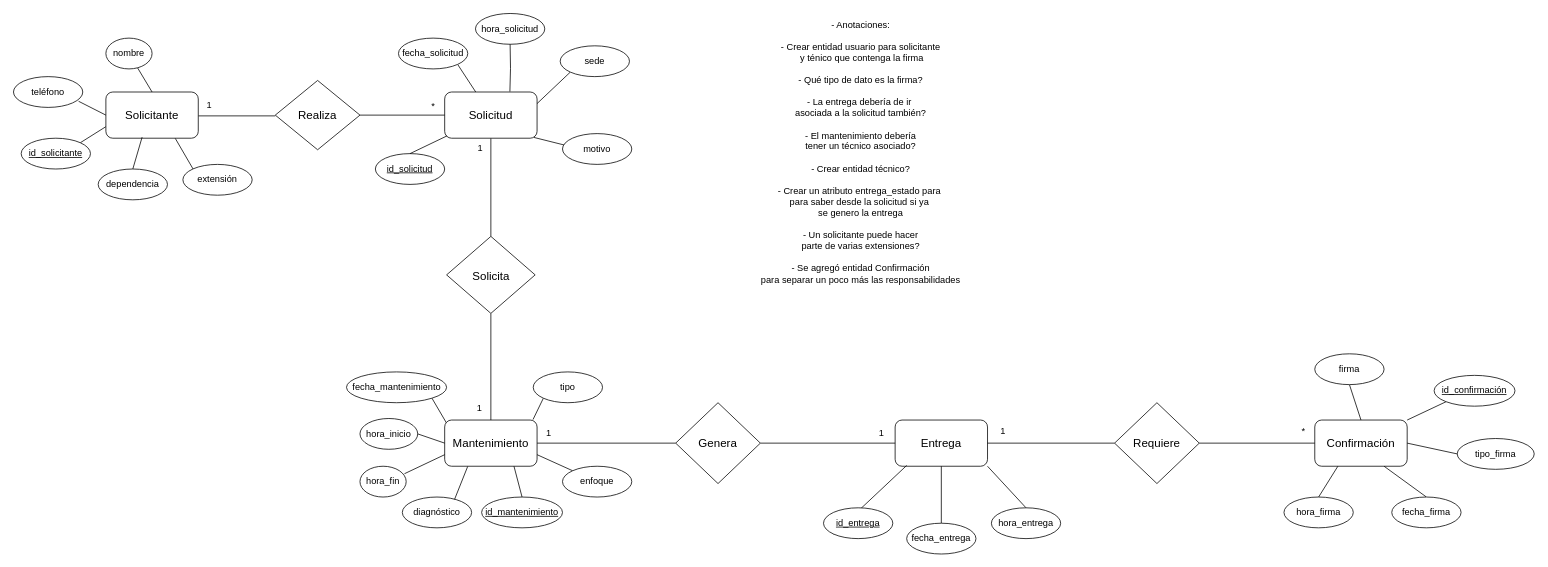
DevKike/maintenance_management_system keeps this draw.io diagram as E-R Model Software and hardware maintenance.drawio. Above is the earlier version. Source tidied: cells renumbered, new cells numbered last; positions are measured from the earlier drawing's top-left corner, leaving out a move shared by most shapes. Both pictures are drawn from the tidied source at 77%, with x=0, y=0 at pixel (13, 13).
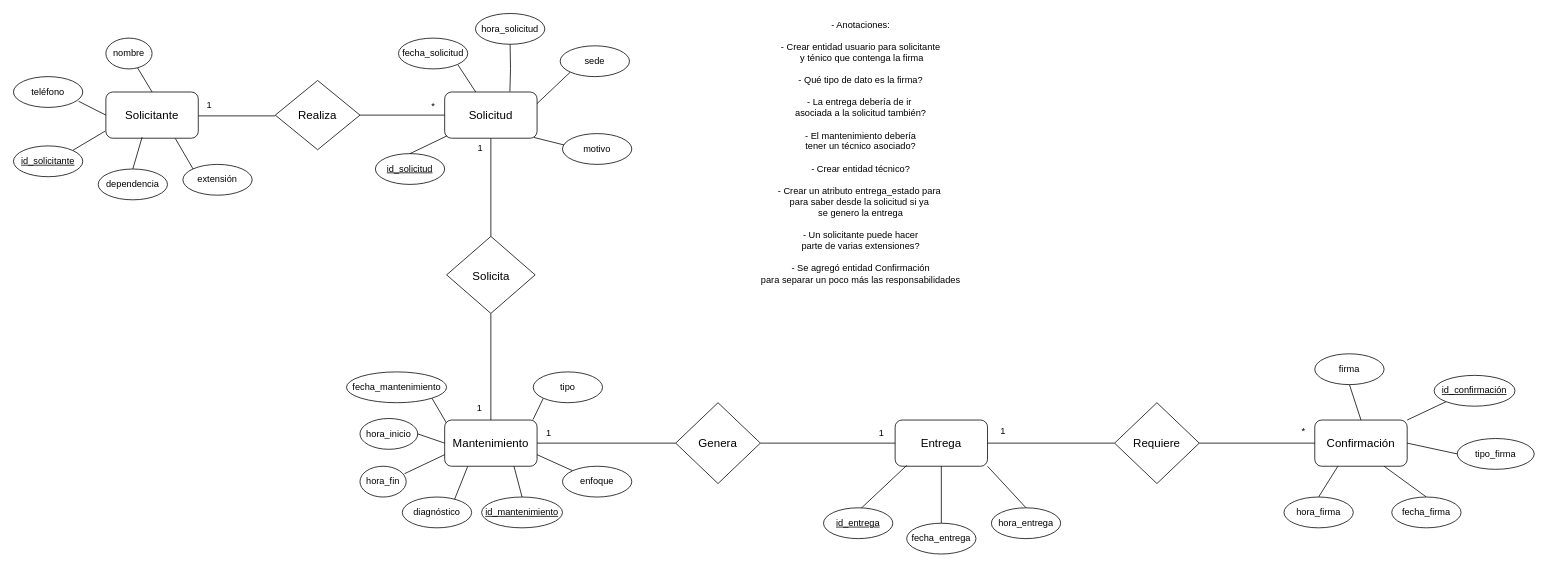
The same diagram, later.

Commit message:
Refactor: minor things were changed

The change refers to these unchanged cells:
```xml
<mxCell id="5" value="&lt;font style=&quot;font-size: 15px;&quot;&gt;Solicitante&lt;/font&gt;" style="rounded=1;whiteSpace=wrap;html=1;" parent="1" vertex="1">
  <mxGeometry x="120" y="102" width="120" height="60" as="geometry" />
</mxCell>
```

Change to the diagram source:
```diff
@@
-    <mxCell id="3" style="rounded=0;jettySize=auto;html=1;exitX=0;exitY=0.75;exitDx=0;exitDy=0;entryX=1;entryY=0;entryDx=0;entryDy=0;endArrow=none;endFill=0;" parent="1" edge="1" source="5" target="47">
+    <mxCell id="3" style="rounded=0;jettySize=auto;html=1;exitX=-0.007;exitY=0.845;exitDx=0;exitDy=0;entryX=1;entryY=0;entryDx=0;entryDy=0;endArrow=none;endFill=0;exitPerimeter=0;" parent="1" edge="1" source="5" target="47">
       <mxGeometry relative="1" as="geometry" />
     </mxCell>
@@
     <mxCell id="47" value="&lt;u&gt;id_solicitante&lt;/u&gt;" style="ellipse;whiteSpace=wrap;html=1;" parent="1" vertex="1">
-      <mxGeometry x="10" y="162" width="90" height="40" as="geometry" />
+      <mxGeometry y="172" width="90" height="40" as="geometry" />
     </mxCell>
```
